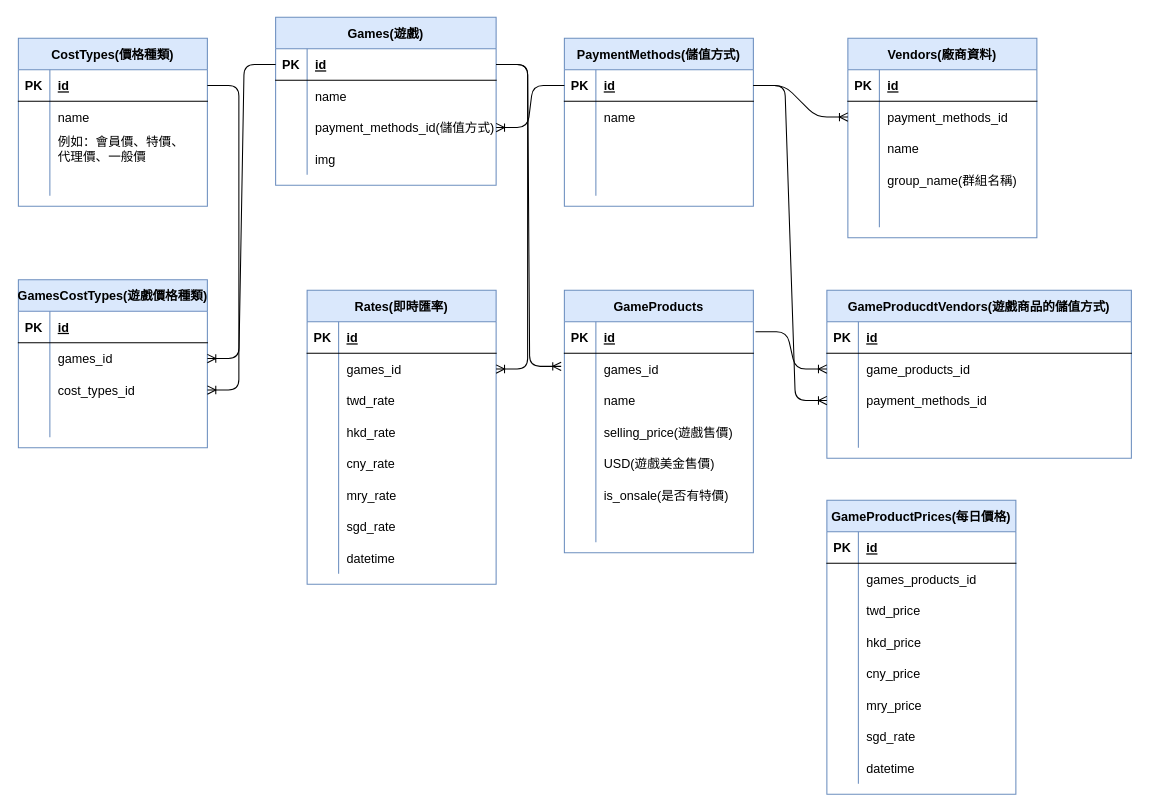
This is Untitled Diagram.drawio from SuHsienChin/website, a draw.io file, before an edit. Source tidied: cells renumbered, new cells numbered last; positions are measured from the earlier drawing's top-left corner, leaving out a move shared by most shapes. Both pictures are drawn from the tidied source at 105%, with x=0, y=0 at pixel (18, 17).
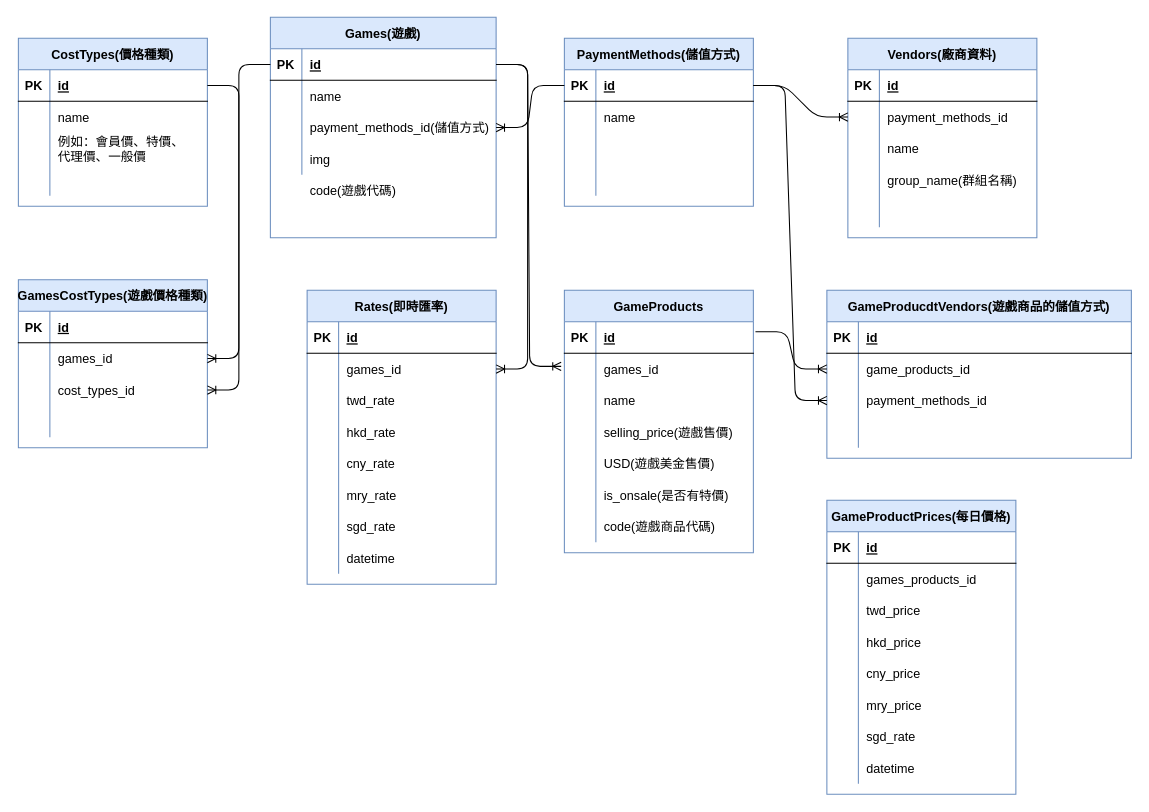
The same page after the edit.

Diff of the diagram source:
```diff
@@
     <mxCell id="2" value="Games(遊戲)" style="shape=table;startSize=30;childLayout=tableLayout;rowLines=0;fontStyle=1;align=center;fillColor=#dae8fc;strokeColor=#6c8ebf;" parent="1" vertex="1">
-      <mxGeometry x="245" width="210" height="160" as="geometry" />
+      <mxGeometry x="240" width="215" height="210" as="geometry" />
     </mxCell>
     <mxCell id="3" style="shape=partialRectangle;fillColor=none;top=0;left=0;bottom=1;right=0;points=[[0,0.5],[1,0.5]];portConstraint=eastwest;" parent="2" vertex="1">
-      <mxGeometry y="30" width="210" height="30" as="geometry" />
+      <mxGeometry y="30" width="215" height="30" as="geometry" />
     </mxCell>
@@
     <mxCell id="5" value="id" style="shape=partialRectangle;fillColor=none;top=0;left=0;bottom=0;right=0;align=left;spacingLeft=6;fontStyle=5;overflow=hidden;" parent="3" vertex="1">
-      <mxGeometry x="30" width="180" height="30" as="geometry" />
+      <mxGeometry x="30" width="185" height="30" as="geometry" />
     </mxCell>
     <mxCell id="6" style="shape=partialRectangle;fillColor=none;top=0;left=0;bottom=0;right=0;" parent="2" vertex="1">
-      <mxGeometry y="60" width="210" height="30" as="geometry" />
+      <mxGeometry y="60" width="215" height="30" as="geometry" />
     </mxCell>
@@
     <mxCell id="8" value="name" style="shape=partialRectangle;fillColor=none;top=0;left=0;bottom=0;right=0;align=left;spacingLeft=6;overflow=hidden;" parent="6" vertex="1">
-      <mxGeometry x="30" width="180" height="30" as="geometry" />
+      <mxGeometry x="30" width="185" height="30" as="geometry" />
     </mxCell>
     <mxCell id="9" style="shape=partialRectangle;fillColor=none;top=0;left=0;bottom=0;right=0;points=[[0,0.5],[1,0.5]];portConstraint=eastwest;" parent="2" vertex="1">
-      <mxGeometry y="90" width="210" height="30" as="geometry" />
+      <mxGeometry y="90" width="215" height="30" as="geometry" />
     </mxCell>
@@
     <mxCell id="11" value="payment_methods_id(儲值方式)" style="shape=partialRectangle;fillColor=none;top=0;left=0;bottom=0;right=0;align=left;spacingLeft=6;overflow=hidden;" parent="9" vertex="1">
-      <mxGeometry x="30" width="180" height="30" as="geometry" />
+      <mxGeometry x="30" width="185" height="30" as="geometry" />
     </mxCell>
     <mxCell id="12" style="shape=partialRectangle;fillColor=none;top=0;left=0;bottom=0;right=0;" parent="2" vertex="1">
-      <mxGeometry y="120" width="210" height="30" as="geometry" />
+      <mxGeometry y="120" width="215" height="30" as="geometry" />
     </mxCell>
@@
     <mxCell id="14" value="img" style="shape=partialRectangle;fillColor=none;top=0;left=0;bottom=0;right=0;align=left;spacingLeft=6;overflow=hidden;" parent="12" vertex="1">
-      <mxGeometry x="30" width="180" height="30" as="geometry" />
+      <mxGeometry x="30" width="185" height="30" as="geometry" />
     </mxCell>
@@
+    <mxCell id="163" value="code(遊戲代碼)" style="shape=partialRectangle;fillColor=none;top=0;left=0;bottom=0;right=0;align=left;spacingLeft=6;overflow=hidden;" parent="1" vertex="1">
+      <mxGeometry x="270" y="150" width="185" height="30" as="geometry" />
+    </mxCell>
+    <mxCell id="164" value="code(遊戲商品代碼)" style="shape=partialRectangle;fillColor=none;top=0;left=0;bottom=0;right=0;align=left;spacingLeft=6;overflow=hidden;" parent="1" vertex="1">
+      <mxGeometry x="550" y="470" width="185" height="30" as="geometry" />
+    </mxCell>
```
